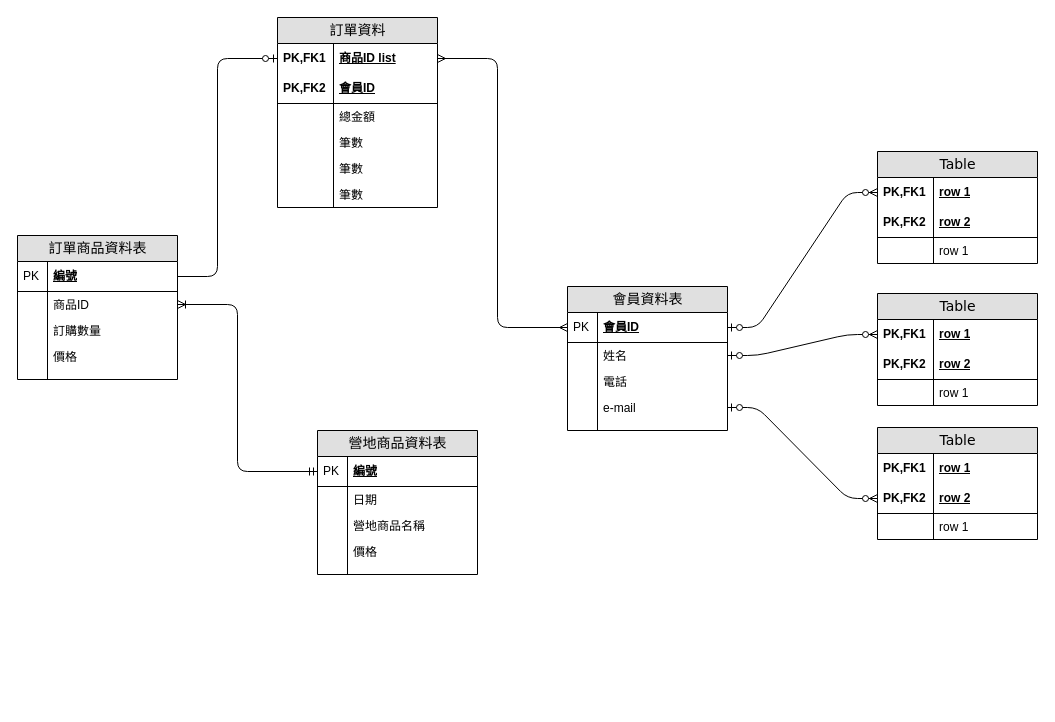
This is 營地資料庫設計.drawio from terry1207/linebot, a draw.io file, before an edit. Source tidied: cells renumbered, new cells numbered last; positions are measured from the earlier drawing's top-left corner, leaving out a move shared by most shapes. Both pictures are drawn from the tidied source at 100%, with x=0, y=0 at pixel (17, 17).
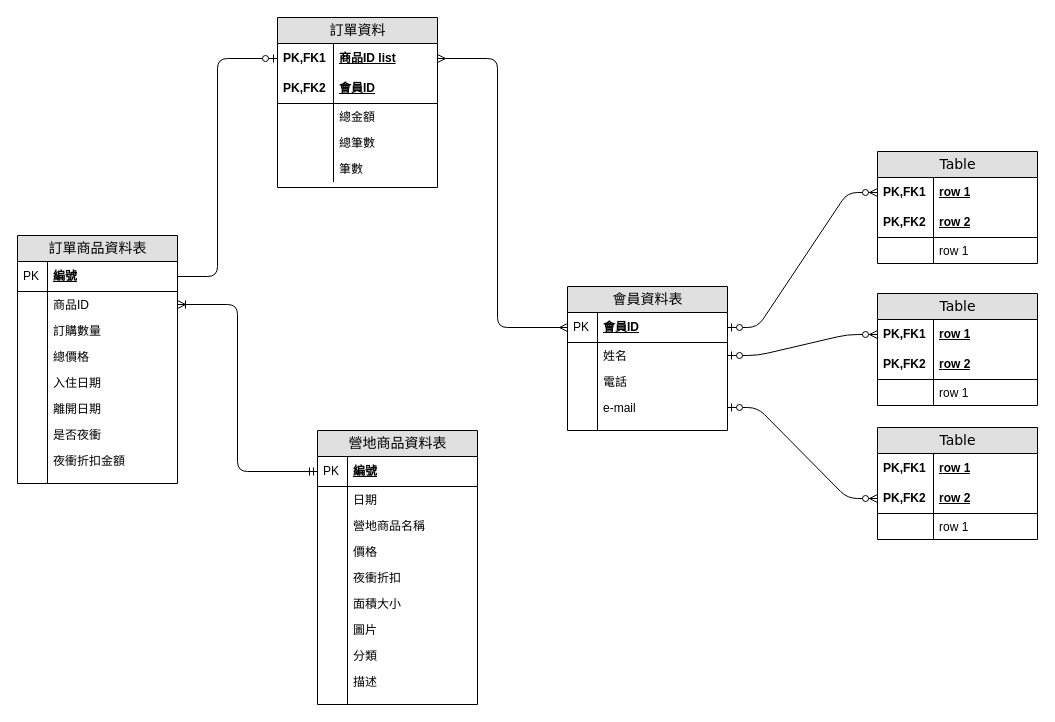
After the change.

Commit message:
更新營地資料庫設計.drawio

Diff of the diagram source:
```diff
@@
     <mxCell id="2" value="訂單資料" style="swimlane;html=1;fontStyle=0;horizontal=1;startSize=26;fillColor=#e0e0e0;swimlaneFillColor=#ffffff;align=center;rounded=0;shadow=0;comic=0;labelBackgroundColor=none;strokeWidth=1;fontFamily=Verdana;fontSize=14;" parent="1" vertex="1">
-      <mxGeometry x="260" width="160" height="190" as="geometry" />
+      <mxGeometry x="260" width="160" height="170" as="geometry" />
     </mxCell>
@@
-    <mxCell id="9" value="筆數&lt;br&gt;" style="shape=partialRectangle;top=0;left=0;right=0;bottom=0;html=1;align=left;verticalAlign=top;fillColor=none;spacingLeft=60;spacingRight=4;whiteSpace=wrap;overflow=hidden;" parent="2" vertex="1">
+    <mxCell id="9" value="總筆數" style="shape=partialRectangle;top=0;left=0;right=0;bottom=0;html=1;align=left;verticalAlign=top;fillColor=none;spacingLeft=60;spacingRight=4;whiteSpace=wrap;overflow=hidden;" parent="2" vertex="1">
       <mxGeometry y="112" width="160" height="26" as="geometry" />
     </mxCell>
@@
-    <mxCell id="11" value="筆數&lt;br&gt;" style="shape=partialRectangle;top=0;left=0;right=0;bottom=0;html=1;align=left;verticalAlign=top;fillColor=none;spacingLeft=60;spacingRight=4;whiteSpace=wrap;overflow=hidden;" parent="2" vertex="1">
-      <mxGeometry y="138" width="160" height="26" as="geometry" />
-    </mxCell>
-    <mxCell id="12" style="shape=partialRectangle;top=0;left=0;bottom=0;html=1;fillColor=none;align=left;verticalAlign=top;spacingLeft=4;spacingRight=4;whiteSpace=wrap;overflow=hidden;" parent="11" vertex="1">
-      <mxGeometry width="56" height="26" as="geometry" />
-    </mxCell>
     <mxCell id="13" value="筆數&lt;br&gt;" style="shape=partialRectangle;top=0;left=0;right=0;bottom=0;html=1;align=left;verticalAlign=top;fillColor=none;spacingLeft=60;spacingRight=4;whiteSpace=wrap;overflow=hidden;" parent="2" vertex="1">
-      <mxGeometry y="164" width="160" height="26" as="geometry" />
+      <mxGeometry y="138" width="160" height="26" as="geometry" />
     </mxCell>
@@
     <mxCell id="15" value="營地商品資料表" style="swimlane;html=1;fontStyle=0;horizontal=1;startSize=26;fillColor=#e0e0e0;swimlaneFillColor=#ffffff;align=center;rounded=0;shadow=0;comic=0;labelBackgroundColor=none;strokeWidth=1;fontFamily=Verdana;fontSize=14;" parent="1" vertex="1">
-      <mxGeometry x="300" y="413" width="160" height="144" as="geometry" />
+      <mxGeometry x="300" y="413" width="160" height="274" as="geometry" />
     </mxCell>
@@
+    <mxCell id="75" value="夜衝折扣" style="shape=partialRectangle;top=0;left=0;right=0;bottom=0;html=1;align=left;verticalAlign=top;fillColor=none;spacingLeft=34;spacingRight=4;whiteSpace=wrap;overflow=hidden;" parent="15" vertex="1">
+      <mxGeometry y="134" width="160" height="26" as="geometry" />
+    </mxCell>
+    <mxCell id="76" style="shape=partialRectangle;top=0;left=0;bottom=0;html=1;fillColor=none;align=left;verticalAlign=top;spacingLeft=4;spacingRight=4;whiteSpace=wrap;overflow=hidden;" parent="75" vertex="1">
+      <mxGeometry width="30" height="26" as="geometry" />
+    </mxCell>
+    <mxCell id="77" value="面積大小" style="shape=partialRectangle;top=0;left=0;right=0;bottom=0;html=1;align=left;verticalAlign=top;fillColor=none;spacingLeft=34;spacingRight=4;whiteSpace=wrap;overflow=hidden;" parent="15" vertex="1">
+      <mxGeometry y="160" width="160" height="26" as="geometry" />
+    </mxCell>
+    <mxCell id="78" style="shape=partialRectangle;top=0;left=0;bottom=0;html=1;fillColor=none;align=left;verticalAlign=top;spacingLeft=4;spacingRight=4;whiteSpace=wrap;overflow=hidden;" parent="77" vertex="1">
+      <mxGeometry width="30" height="26" as="geometry" />
+    </mxCell>
+    <mxCell id="79" value="圖片" style="shape=partialRectangle;top=0;left=0;right=0;bottom=0;html=1;align=left;verticalAlign=top;fillColor=none;spacingLeft=34;spacingRight=4;whiteSpace=wrap;overflow=hidden;" parent="15" vertex="1">
+      <mxGeometry y="186" width="160" height="26" as="geometry" />
+    </mxCell>
+    <mxCell id="80" style="shape=partialRectangle;top=0;left=0;bottom=0;html=1;fillColor=none;align=left;verticalAlign=top;spacingLeft=4;spacingRight=4;whiteSpace=wrap;overflow=hidden;" parent="79" vertex="1">
+      <mxGeometry width="30" height="26" as="geometry" />
+    </mxCell>
+    <mxCell id="81" value="分類" style="shape=partialRectangle;top=0;left=0;right=0;bottom=0;html=1;align=left;verticalAlign=top;fillColor=none;spacingLeft=34;spacingRight=4;whiteSpace=wrap;overflow=hidden;" parent="15" vertex="1">
+      <mxGeometry y="212" width="160" height="26" as="geometry" />
+    </mxCell>
+    <mxCell id="82" style="shape=partialRectangle;top=0;left=0;bottom=0;html=1;fillColor=none;align=left;verticalAlign=top;spacingLeft=4;spacingRight=4;whiteSpace=wrap;overflow=hidden;" parent="81" vertex="1">
+      <mxGeometry width="30" height="26" as="geometry" />
+    </mxCell>
+    <mxCell id="83" value="描述" style="shape=partialRectangle;top=0;left=0;right=0;bottom=0;html=1;align=left;verticalAlign=top;fillColor=none;spacingLeft=34;spacingRight=4;whiteSpace=wrap;overflow=hidden;" parent="15" vertex="1">
+      <mxGeometry y="238" width="160" height="26" as="geometry" />
+    </mxCell>
+    <mxCell id="84" style="shape=partialRectangle;top=0;left=0;bottom=0;html=1;fillColor=none;align=left;verticalAlign=top;spacingLeft=4;spacingRight=4;whiteSpace=wrap;overflow=hidden;" parent="83" vertex="1">
+      <mxGeometry width="30" height="26" as="geometry" />
+    </mxCell>
     <mxCell id="24" style="shape=partialRectangle;top=0;left=0;right=0;bottom=0;html=1;align=left;verticalAlign=top;fillColor=none;spacingLeft=34;spacingRight=4;whiteSpace=wrap;overflow=hidden;" parent="15" vertex="1">
-      <mxGeometry y="134" width="160" height="10" as="geometry" />
+      <mxGeometry y="264" width="160" height="10" as="geometry" />
     </mxCell>
@@
     <mxCell id="63" value="訂單商品資料表" style="swimlane;html=1;fontStyle=0;horizontal=1;startSize=26;fillColor=#e0e0e0;swimlaneFillColor=#ffffff;align=center;rounded=0;shadow=0;comic=0;labelBackgroundColor=none;strokeWidth=1;fontFamily=Verdana;fontSize=14;" parent="1" vertex="1">
-      <mxGeometry y="218" width="160" height="144" as="geometry" />
+      <mxGeometry y="218" width="160" height="248" as="geometry" />
     </mxCell>
@@
-    <mxCell id="70" value="價格" style="shape=partialRectangle;top=0;left=0;right=0;bottom=0;html=1;align=left;verticalAlign=top;fillColor=none;spacingLeft=34;spacingRight=4;whiteSpace=wrap;overflow=hidden;" parent="63" vertex="1">
+    <mxCell id="70" value="總價格" style="shape=partialRectangle;top=0;left=0;right=0;bottom=0;html=1;align=left;verticalAlign=top;fillColor=none;spacingLeft=34;spacingRight=4;whiteSpace=wrap;overflow=hidden;" parent="63" vertex="1">
       <mxGeometry y="108" width="160" height="26" as="geometry" />
     </mxCell>
@@
+    <mxCell id="85" value="入住日期" style="shape=partialRectangle;top=0;left=0;right=0;bottom=0;html=1;align=left;verticalAlign=top;fillColor=none;spacingLeft=34;spacingRight=4;whiteSpace=wrap;overflow=hidden;" parent="63" vertex="1">
+      <mxGeometry y="134" width="160" height="26" as="geometry" />
+    </mxCell>
+    <mxCell id="86" style="shape=partialRectangle;top=0;left=0;bottom=0;html=1;fillColor=none;align=left;verticalAlign=top;spacingLeft=4;spacingRight=4;whiteSpace=wrap;overflow=hidden;" parent="85" vertex="1">
+      <mxGeometry width="30" height="26" as="geometry" />
+    </mxCell>
+    <mxCell id="87" value="離開日期" style="shape=partialRectangle;top=0;left=0;right=0;bottom=0;html=1;align=left;verticalAlign=top;fillColor=none;spacingLeft=34;spacingRight=4;whiteSpace=wrap;overflow=hidden;" parent="63" vertex="1">
+      <mxGeometry y="160" width="160" height="26" as="geometry" />
+    </mxCell>
+    <mxCell id="88" style="shape=partialRectangle;top=0;left=0;bottom=0;html=1;fillColor=none;align=left;verticalAlign=top;spacingLeft=4;spacingRight=4;whiteSpace=wrap;overflow=hidden;" parent="87" vertex="1">
+      <mxGeometry width="30" height="26" as="geometry" />
+    </mxCell>
+    <mxCell id="89" value="是否夜衝" style="shape=partialRectangle;top=0;left=0;right=0;bottom=0;html=1;align=left;verticalAlign=top;fillColor=none;spacingLeft=34;spacingRight=4;whiteSpace=wrap;overflow=hidden;" parent="63" vertex="1">
+      <mxGeometry y="186" width="160" height="26" as="geometry" />
+    </mxCell>
+    <mxCell id="90" style="shape=partialRectangle;top=0;left=0;bottom=0;html=1;fillColor=none;align=left;verticalAlign=top;spacingLeft=4;spacingRight=4;whiteSpace=wrap;overflow=hidden;" parent="89" vertex="1">
+      <mxGeometry width="30" height="26" as="geometry" />
+    </mxCell>
+    <mxCell id="91" value="夜衝折扣金額" style="shape=partialRectangle;top=0;left=0;right=0;bottom=0;html=1;align=left;verticalAlign=top;fillColor=none;spacingLeft=34;spacingRight=4;whiteSpace=wrap;overflow=hidden;" parent="63" vertex="1">
+      <mxGeometry y="212" width="160" height="26" as="geometry" />
+    </mxCell>
+    <mxCell id="92" style="shape=partialRectangle;top=0;left=0;bottom=0;html=1;fillColor=none;align=left;verticalAlign=top;spacingLeft=4;spacingRight=4;whiteSpace=wrap;overflow=hidden;" parent="91" vertex="1">
+      <mxGeometry width="30" height="26" as="geometry" />
+    </mxCell>
     <mxCell id="72" style="shape=partialRectangle;top=0;left=0;right=0;bottom=0;html=1;align=left;verticalAlign=top;fillColor=none;spacingLeft=34;spacingRight=4;whiteSpace=wrap;overflow=hidden;" parent="63" vertex="1">
-      <mxGeometry y="134" width="160" height="10" as="geometry" />
+      <mxGeometry y="238" width="160" height="10" as="geometry" />
     </mxCell>
```
